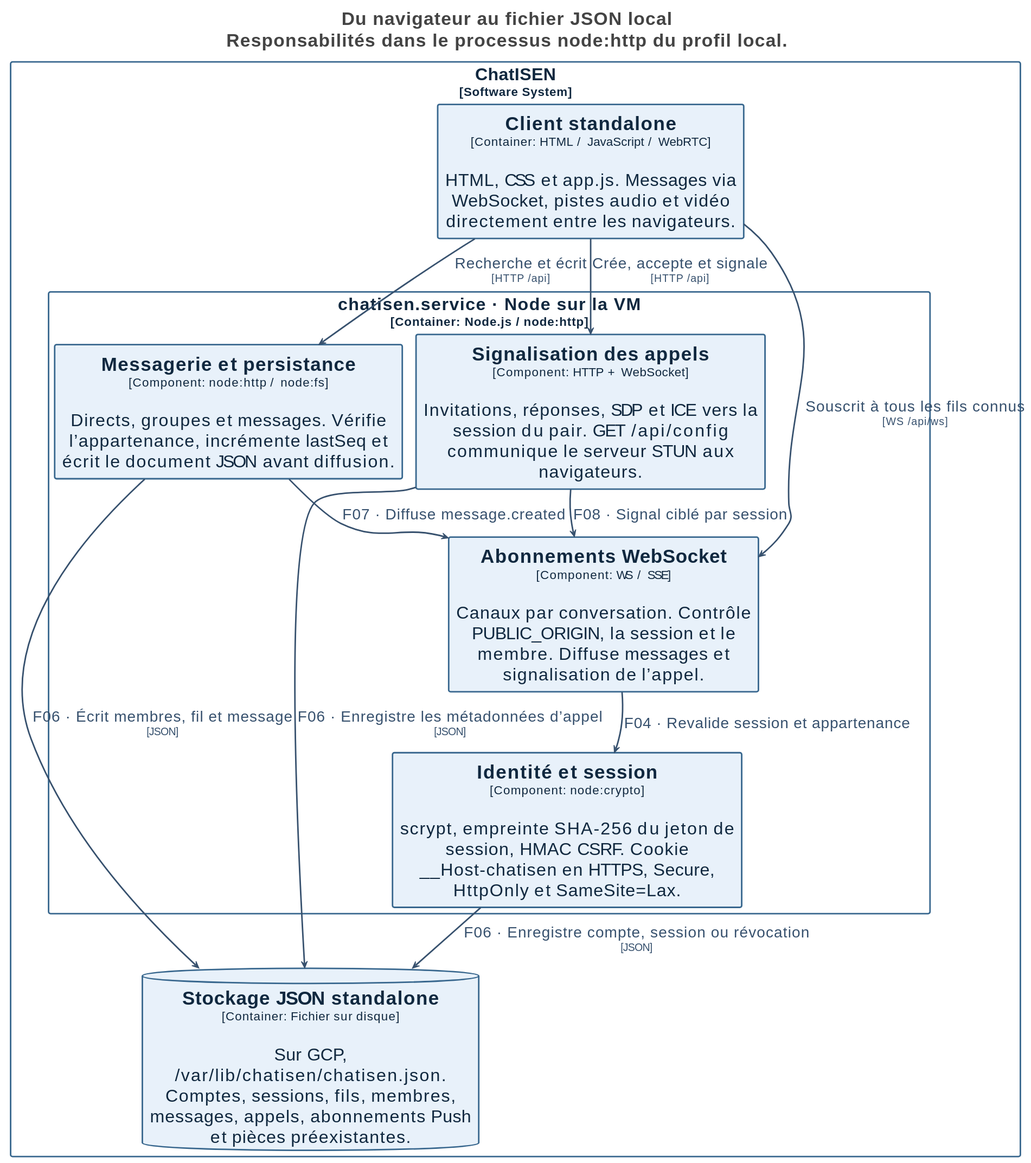
Earlier version of the PlantUML export docs/architecture/svg/16-standalone.svg (Zayonx-0/ChatISEN).
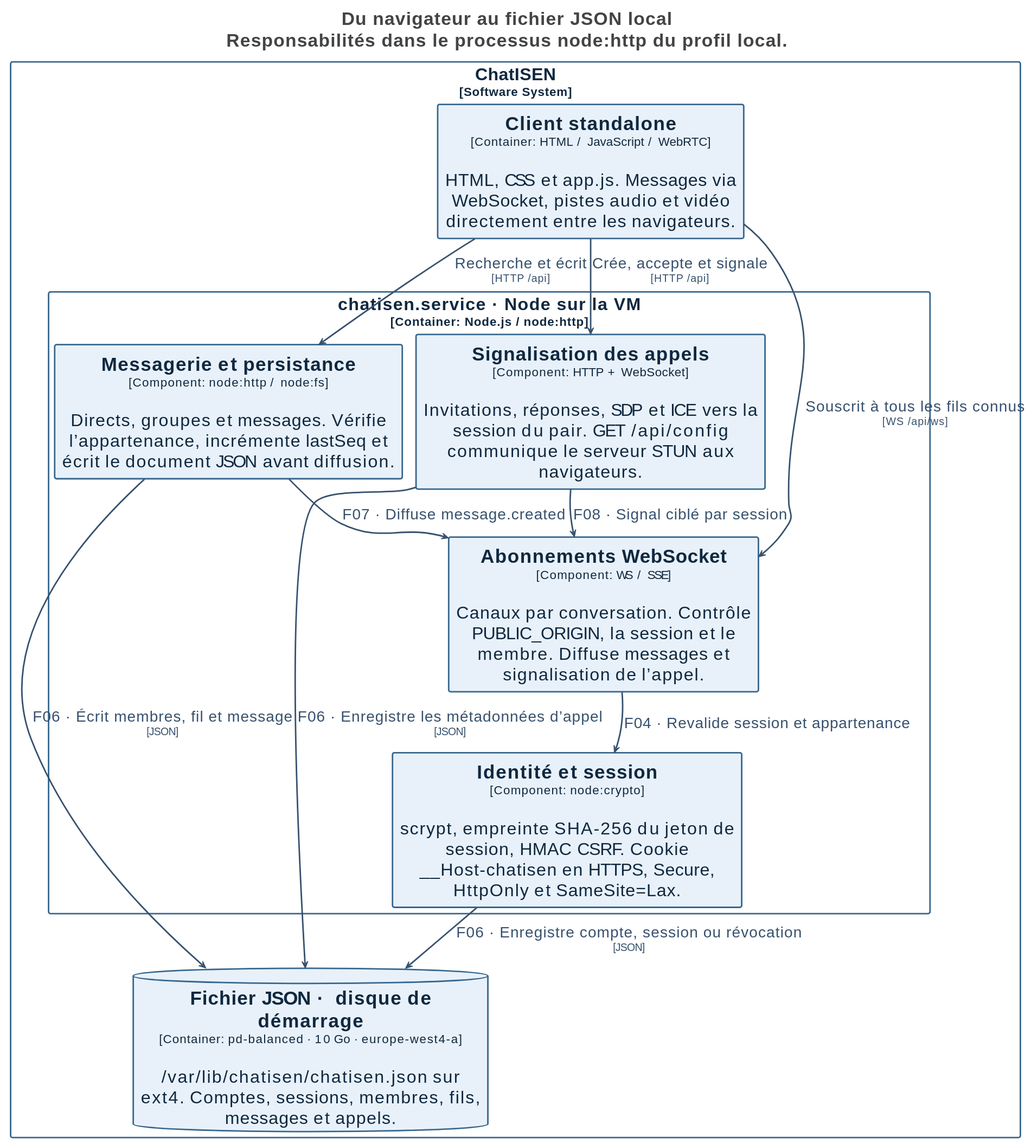
Above is the later version.

Change to the diagram source:
```diff
@@ -79,15 +79,15 @@
   }
 
   rectangle "==Client standalone\n<size:16>[Container: HTML / JavaScript / WebRTC]</size>\n\nHTML, CSS et app.js. Messages via WebSocket, pistes audio et vidéo directement entre les navigateurs." <<Element-RWxlbWVudA==>> as ChatISEN.Clientstandalone
-  database "==Stockage JSON standalone\n<size:16>[Container: Fichier sur disque]</size>\n\nSur GCP, /var/lib/chatisen/chatisen.json. Comptes, sessions, fils, membres, messages, appels, abonnements Push et pièces préexistantes." <<Element-RWxlbWVudCxEYXRhYmFzZQ==>> as ChatISEN.StockageJSONstandalone
+  database "==Fichier JSON · disque de démarrage\n<size:16>[Container: pd-balanced · 10 Go · europe-west4-a]</size>\n\n/var/lib/chatisen/chatisen.json sur ext4. Comptes, sessions, membres, fils, messages et appels." <<Element-RWxlbWVudCxEYXRhYmFzZQ==>> as ChatISEN.FichierJSONdisquededémarrage
 }
 
 ChatISEN.Clientstandalone --> ChatISEN.chatisenserviceNodesurlaVM.Messagerieetpersistance <<Relationship-UmVsYXRpb25zaGlw>> : "Recherche et écrit\n<size:14>[HTTP /api]</size>"
 ChatISEN.Clientstandalone --> ChatISEN.chatisenserviceNodesurlaVM.AbonnementsWebSocket <<Relationship-UmVsYXRpb25zaGlw>> : "Souscrit à tous les fils connus\n<size:14>[WS /api/ws]</size>"
 ChatISEN.Clientstandalone --> ChatISEN.chatisenserviceNodesurlaVM.Signalisationdesappels <<Relationship-UmVsYXRpb25zaGlw>> : "Crée, accepte et signale\n<size:14>[HTTP /api]</size>"
-ChatISEN.chatisenserviceNodesurlaVM.Identitéetsession --> ChatISEN.StockageJSONstandalone <<Relationship-UmVsYXRpb25zaGlw>> : "F06 · Enregistre compte, session ou révocation\n<size:14>[JSON]</size>"
-ChatISEN.chatisenserviceNodesurlaVM.Messagerieetpersistance --> ChatISEN.StockageJSONstandalone <<Relationship-UmVsYXRpb25zaGlw>> : "F06 · Écrit membres, fil et message\n<size:14>[JSON]</size>"
-ChatISEN.chatisenserviceNodesurlaVM.Signalisationdesappels --> ChatISEN.StockageJSONstandalone <<Relationship-UmVsYXRpb25zaGlw>> : "F06 · Enregistre les métadonnées d’appel\n<size:14>[JSON]</size>"
+ChatISEN.chatisenserviceNodesurlaVM.Identitéetsession --> ChatISEN.FichierJSONdisquededémarrage <<Relationship-UmVsYXRpb25zaGlw>> : "F06 · Enregistre compte, session ou révocation\n<size:14>[JSON]</size>"
+ChatISEN.chatisenserviceNodesurlaVM.Messagerieetpersistance --> ChatISEN.FichierJSONdisquededémarrage <<Relationship-UmVsYXRpb25zaGlw>> : "F06 · Écrit membres, fil et message\n<size:14>[JSON]</size>"
+ChatISEN.chatisenserviceNodesurlaVM.Signalisationdesappels --> ChatISEN.FichierJSONdisquededémarrage <<Relationship-UmVsYXRpb25zaGlw>> : "F06 · Enregistre les métadonnées d’appel\n<size:14>[JSON]</size>"
 ChatISEN.chatisenserviceNodesurlaVM.Messagerieetpersistance --> ChatISEN.chatisenserviceNodesurlaVM.AbonnementsWebSocket <<Relationship-UmVsYXRpb25zaGlw>> : "F07 · Diffuse message.created"
 ChatISEN.chatisenserviceNodesurlaVM.Signalisationdesappels --> ChatISEN.chatisenserviceNodesurlaVM.AbonnementsWebSocket <<Relationship-UmVsYXRpb25zaGlw>> : "F08 · Signal ciblé par session"
 ChatISEN.chatisenserviceNodesurlaVM.AbonnementsWebSocket --> ChatISEN.chatisenserviceNodesurlaVM.Identitéetsession <<Relationship-UmVsYXRpb25zaGlw>> : "F04 · Revalide session et appartenance"
```
